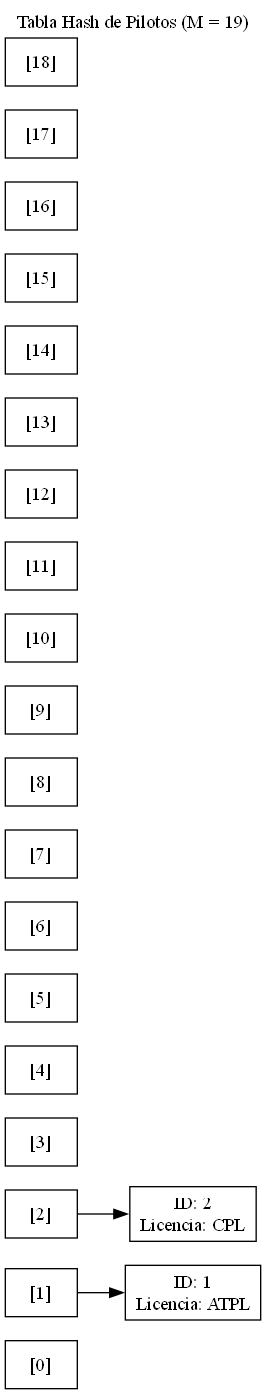
Before: src/tabla_hash_pilotos.png, a diagram exported from Graphviz (natstyles/202400111_EDD_Proyecto). Its source is kept beside it as src/tabla_hash_pilotos.dot. Its diagram source:
```dot
digraph G {
rankdir=LR;
labelloc="t";
label="Tabla Hash de Pilotos (M = 19)";
node [shape=box];
b0 [label="[0]"];
b1 [label="[1]"];
b1_n0 [label="ID: 1\nLicencia: ATPL"];
b1 -> b1_n0;
b2 [label="[2]"];
b2_n0 [label="ID: 2\nLicencia: CPL"];
b2 -> b2_n0;
b3 [label="[3]"];
b4 [label="[4]"];
b5 [label="[5]"];
b6 [label="[6]"];
b7 [label="[7]"];
b8 [label="[8]"];
b9 [label="[9]"];
b10 [label="[10]"];
b11 [label="[11]"];
b12 [label="[12]"];
b13 [label="[13]"];
b14 [label="[14]"];
b15 [label="[15]"];
b16 [label="[16]"];
b17 [label="[17]"];
b18 [label="[18]"];
}
```
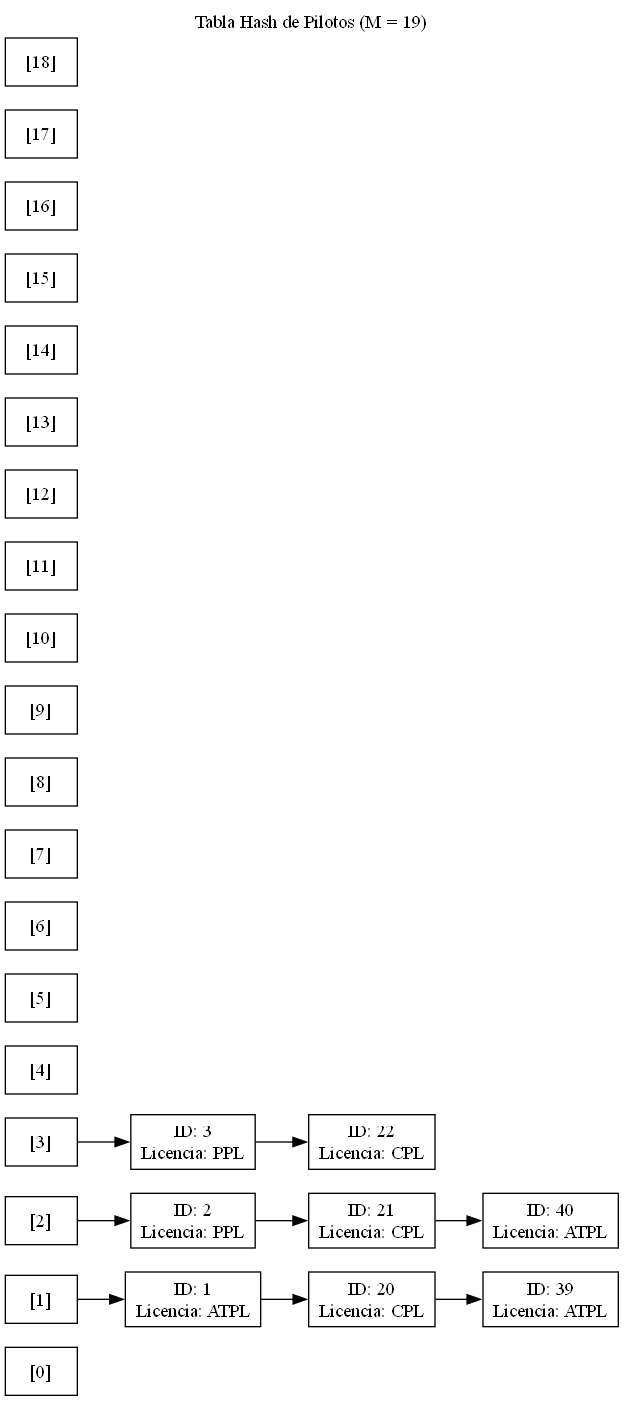
The same file after the commit.

What changed in the source:
```diff
@@ -7,10 +7,22 @@
 b1 [label="[1]"];
 b1_n0 [label="ID: 1\nLicencia: ATPL"];
 b1 -> b1_n0;
+b1_n1 [label="ID: 20\nLicencia: CPL"];
+b1_n0 -> b1_n1;
+b1_n2 [label="ID: 39\nLicencia: ATPL"];
+b1_n1 -> b1_n2;
 b2 [label="[2]"];
-b2_n0 [label="ID: 2\nLicencia: CPL"];
+b2_n0 [label="ID: 2\nLicencia: PPL"];
 b2 -> b2_n0;
+b2_n1 [label="ID: 21\nLicencia: CPL"];
+b2_n0 -> b2_n1;
+b2_n2 [label="ID: 40\nLicencia: ATPL"];
+b2_n1 -> b2_n2;
 b3 [label="[3]"];
+b3_n0 [label="ID: 3\nLicencia: PPL"];
+b3 -> b3_n0;
+b3_n1 [label="ID: 22\nLicencia: CPL"];
+b3_n0 -> b3_n1;
 b4 [label="[4]"];
 b5 [label="[5]"];
 b6 [label="[6]"];
```
